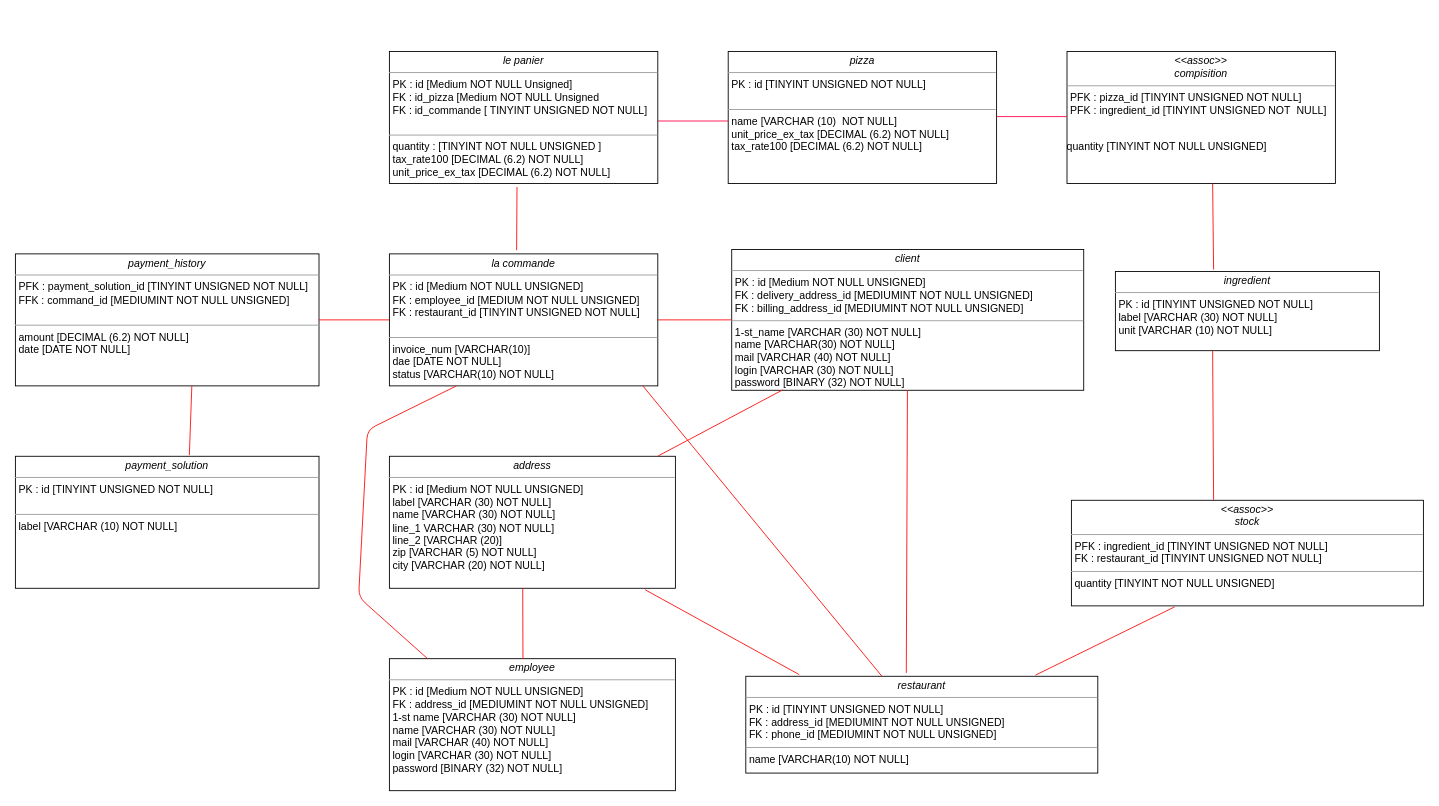
Before: MPD.drawio in stan-dimitrov/OC-project6-Concevez-la-solution-technique-d-un-syst-me-de-gestion-de-pizzeria, a draw.io diagram. Source tidied: cells renumbered, new cells numbered last; positions are measured from the earlier drawing's top-left corner, leaving out a move shared by most shapes. Both pictures are drawn from the tidied source at 88%, with x=0, y=0 at pixel (15, 51).
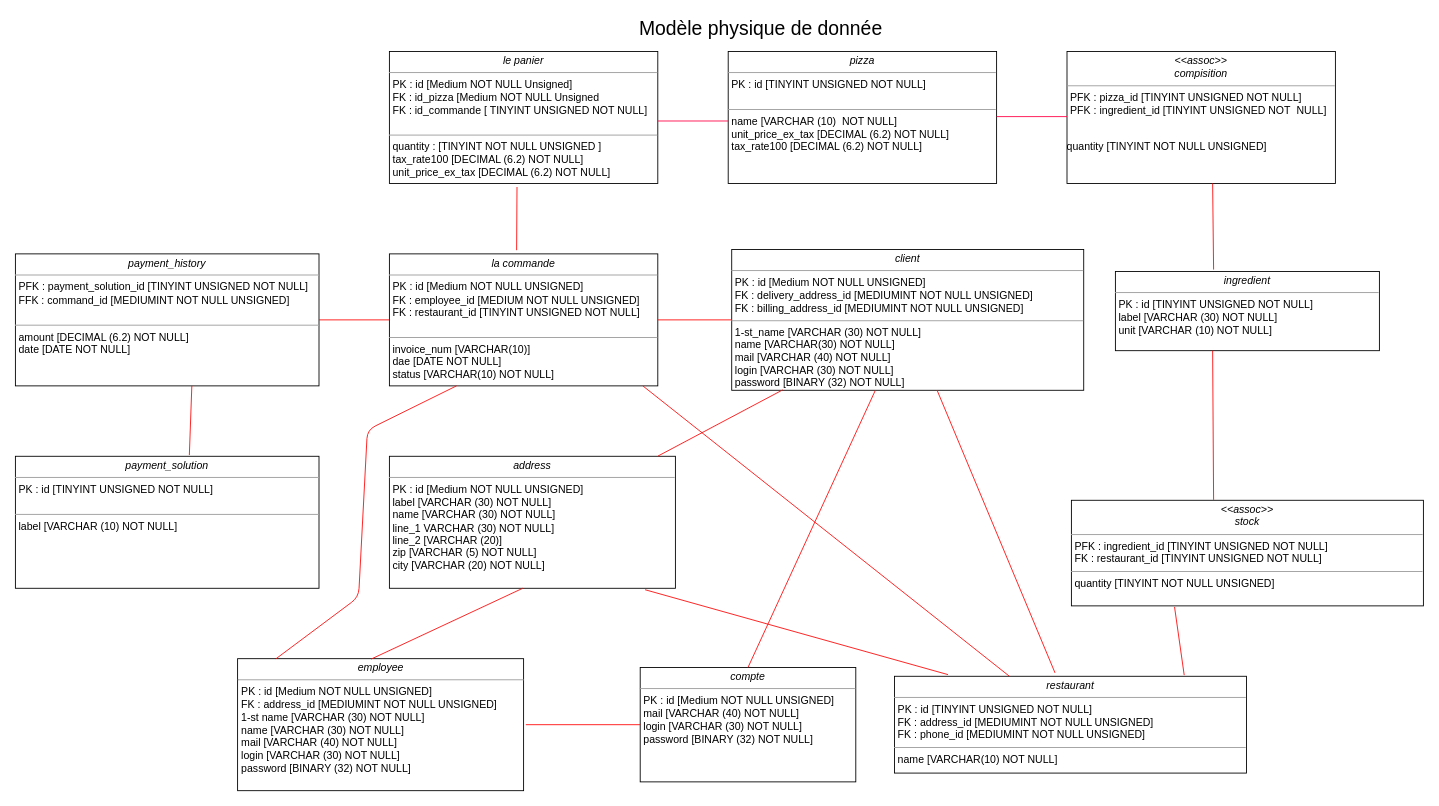
The same diagram, later.

Commit message:
Mettre à jour MPD.drawio

The change refers to these unchanged cells:
```xml
<mxCell id="6" value="&lt;p style=&quot;margin: 0px ; margin-top: 4px ; text-align: center&quot;&gt;&lt;i&gt;client&lt;/i&gt;&lt;/p&gt;&lt;hr size=&quot;1&quot;&gt;&lt;p style=&quot;margin: 0px ; margin-left: 4px&quot;&gt;PK : id [Medium NOT NULL UNSIGNED]&lt;/p&gt;&lt;p style=&quot;margin: 0px ; margin-left: 4px&quot;&gt;FK : delivery_address_id [MEDIUMINT NOT NULL UNSIGNED]&lt;/p&gt;&lt;p style=&quot;margin: 0px ; margin-left: 4px&quot;&gt;FK : billing_address_id [MEDIUMINT NOT NULL UNSIGNED]&lt;/p&gt;&lt;hr size=&quot;1&quot;&gt;&lt;p style=&quot;margin: 0px ; margin-left: 4px&quot;&gt;1-st_name [VARCHAR (30) NOT NULL]&lt;br&gt;name [VARCHAR(30) NOT NULL]&lt;/p&gt;&lt;p style=&quot;margin: 0px ; margin-left: 4px&quot;&gt;mail [VARCHAR (40) NOT NULL]&lt;/p&gt;&lt;p style=&quot;margin: 0px ; margin-left: 4px&quot;&gt;login [VARCHAR (30) NOT NULL]&lt;/p&gt;&lt;p style=&quot;margin: 0px ; margin-left: 4px&quot;&gt;password [BINARY (32) NOT NULL]&lt;/p&gt;" style="verticalAlign=top;align=left;overflow=fill;fontSize=12;fontFamily=Helvetica;html=1;" parent="1" vertex="1">
  <mxGeometry x="814" y="225" width="400" height="160" as="geometry" />
</mxCell>
```

What changed in the source:
```diff
@@
     <mxCell id="5" value="&lt;p style=&quot;margin: 0px ; margin-top: 4px ; text-align: center&quot;&gt;&lt;i&gt;employee&lt;/i&gt;&lt;/p&gt;&lt;hr size=&quot;1&quot;&gt;&lt;p style=&quot;margin: 0px ; margin-left: 4px&quot;&gt;PK : id [Medium NOT NULL UNSIGNED]&lt;/p&gt;&lt;p style=&quot;margin: 0px ; margin-left: 4px&quot;&gt;FK : address_id [MEDIUMINT NOT NULL UNSIGNED]&lt;/p&gt;&lt;p style=&quot;margin: 0px ; margin-left: 4px&quot;&gt;1-st name [VARCHAR (30) NOT NULL]&lt;/p&gt;&lt;p style=&quot;margin: 0px ; margin-left: 4px&quot;&gt;name [VARCHAR (30) NOT NULL]&lt;/p&gt;&lt;p style=&quot;margin: 0px ; margin-left: 4px&quot;&gt;mail [VARCHAR (40) NOT NULL]&lt;/p&gt;&lt;p style=&quot;margin: 0px ; margin-left: 4px&quot;&gt;login [VARCHAR (30) NOT NULL]&lt;/p&gt;&lt;p style=&quot;margin: 0px ; margin-left: 4px&quot;&gt;password [BINARY (32) NOT NULL]&lt;/p&gt;&lt;p style=&quot;margin: 0px ; margin-left: 4px&quot;&gt;&lt;br&gt;&lt;/p&gt;" style="verticalAlign=top;align=left;overflow=fill;fontSize=12;fontFamily=Helvetica;html=1;" parent="1" vertex="1">
-      <mxGeometry x="425" y="690" width="325" height="150" as="geometry" />
+      <mxGeometry x="252.5" y="690" width="325" height="150" as="geometry" />
     </mxCell>
@@
     <mxCell id="11" value="&lt;p style=&quot;margin: 0px ; margin-top: 4px ; text-align: center&quot;&gt;&lt;i&gt;restaurant&lt;/i&gt;&lt;/p&gt;&lt;hr size=&quot;1&quot;&gt;&lt;p style=&quot;margin: 0px ; margin-left: 4px&quot;&gt;PK : id [TINYINT UNSIGNED NOT NULL]&lt;/p&gt;&lt;p style=&quot;margin: 0px ; margin-left: 4px&quot;&gt;FK : address_id [MEDIUMINT NOT NULL UNSIGNED]&lt;/p&gt;&lt;p style=&quot;margin: 0px ; margin-left: 4px&quot;&gt;FK : phone_id [MEDIUMINT NOT NULL UNSIGNED]&lt;/p&gt;&lt;hr size=&quot;1&quot;&gt;&lt;p style=&quot;margin: 0px ; margin-left: 4px&quot;&gt;name [VARCHAR(10) NOT NULL]&lt;/p&gt;" style="verticalAlign=top;align=left;overflow=fill;fontSize=12;fontFamily=Helvetica;html=1;" parent="1" vertex="1">
-      <mxGeometry x="830" y="710" width="400" height="110" as="geometry" />
+      <mxGeometry x="999" y="710" width="400" height="110" as="geometry" />
     </mxCell>
@@
+    <mxCell id="29" value="&lt;p style=&quot;margin: 0px ; margin-top: 4px ; text-align: center&quot;&gt;&lt;i&gt;compte&lt;/i&gt;&lt;/p&gt;&lt;hr size=&quot;1&quot;&gt;&lt;p style=&quot;margin: 0px ; margin-left: 4px&quot;&gt;PK : id [Medium NOT NULL UNSIGNED]&lt;/p&gt;&lt;p style=&quot;margin: 0px ; margin-left: 4px&quot;&gt;mail [VARCHAR (40) NOT NULL]&lt;/p&gt;&lt;p style=&quot;margin: 0px ; margin-left: 4px&quot;&gt;login [VARCHAR (30) NOT NULL]&lt;/p&gt;&lt;p style=&quot;margin: 0px ; margin-left: 4px&quot;&gt;password [BINARY (32) NOT NULL]&lt;/p&gt;&lt;p style=&quot;margin: 0px ; margin-left: 4px&quot;&gt;&lt;br&gt;&lt;/p&gt;" style="verticalAlign=top;align=left;overflow=fill;fontSize=12;fontFamily=Helvetica;html=1;" parent="1" vertex="1">
+      <mxGeometry x="710" y="700" width="245" height="130" as="geometry" />
+    </mxCell>
+    <mxCell id="30" style="endArrow=none;html=1;strokeColor=#FF0A0A;entryX=0;entryY=0.5;entryDx=0;entryDy=0;" parent="1" edge="1" target="29">
+      <mxGeometry relative="1" as="geometry">
+        <mxPoint x="580" y="765" as="sourcePoint" />
+      </mxGeometry>
+    </mxCell>
+    <mxCell id="31" style="endArrow=none;html=1;strokeColor=#FF0A0A;entryX=0.5;entryY=0;entryDx=0;entryDy=0;" parent="1" edge="1" source="6" target="29">
+      <mxGeometry relative="1" as="geometry" />
+    </mxCell>
+    <mxCell id="32" value="&lt;span style=&quot;font-size: 22px&quot;&gt;Modèle physique de donnée&lt;/span&gt;" style="text;html=1;align=left;verticalAlign=top;spacingTop=-4;" parent="1" vertex="1">
+      <mxGeometry x="707" y="-41" width="290" height="20" as="geometry" />
+    </mxCell>
```
